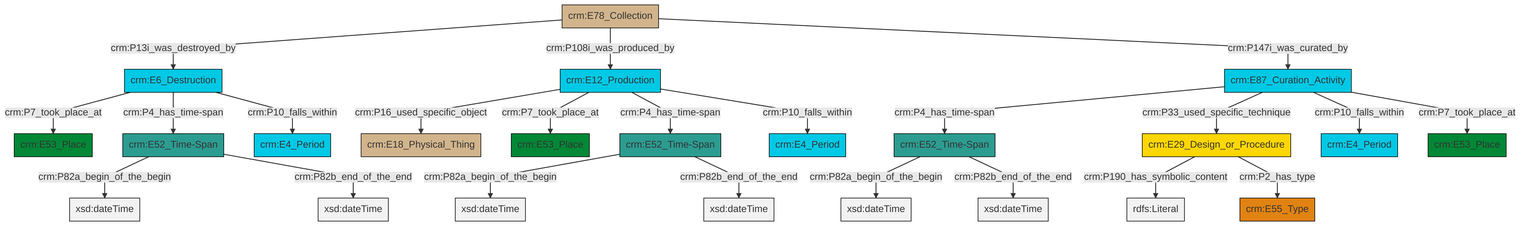
Before: et/archivalCSV/ttl/mmd/png/archival_existence.png, a diagram exported from Mermaid (swiss-art-research-net/docs.swissartresearch). Its source is kept beside it as et/archivalCSV/ttl/mmd/archival_existence.ttl.mmd.
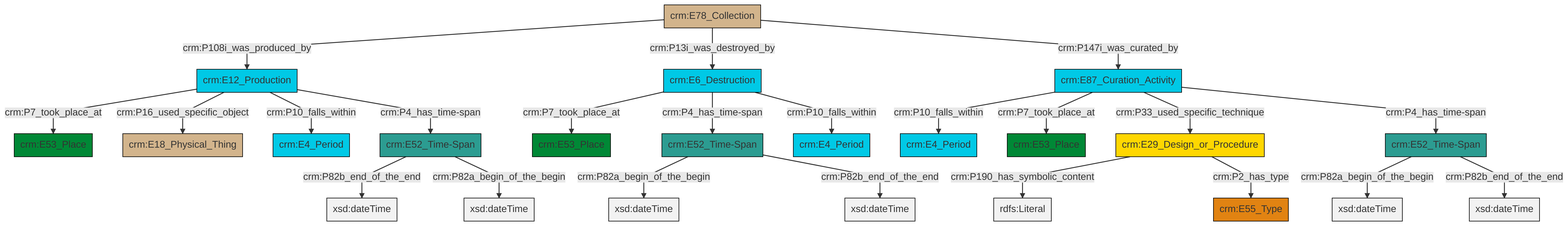
After the change.

Change to the diagram source:
```diff
@@ -13,25 +13,25 @@
 classDef PC_Classes fill:#4ce600, stroke:#000000;
 classDef Multi fill:#cccccc,stroke:#000000;
 
-0["crm:E6_Destruction"]:::Temporal_Entity -->|crm:P7_took_place_at| 2["crm:E53_Place"]:::Place
-3["crm:E52_Time-Span"]:::Time-Span -->|crm:P82a_begin_of_the_begin| 4[xsd:dateTime]:::Literal
-9["crm:E12_Production"]:::Temporal_Entity -->|crm:P16_used_specific_object| 11["crm:E18_Physical_Thing"]:::Physical_Thing
-7["crm:E78_Collection"]:::Physical_Thing -->|crm:P13i_was_destroyed_by| 0["crm:E6_Destruction"]:::Temporal_Entity
-3["crm:E52_Time-Span"]:::Time-Span -->|crm:P82b_end_of_the_end| 12[xsd:dateTime]:::Literal
-13["crm:E87_Curation_Activity"]:::Temporal_Entity -->|crm:P4_has_time-span| 14["crm:E52_Time-Span"]:::Time-Span
-18["crm:E29_Design_or_Procedure"]:::Conceptual_Object -->|crm:P190_has_symbolic_content| 19[rdfs:Literal]:::Literal
-0["crm:E6_Destruction"]:::Temporal_Entity -->|crm:P4_has_time-span| 20["crm:E52_Time-Span"]:::Time-Span
-18["crm:E29_Design_or_Procedure"]:::Conceptual_Object -->|crm:P2_has_type| 5["crm:E55_Type"]:::Type
-14["crm:E52_Time-Span"]:::Time-Span -->|crm:P82a_begin_of_the_begin| 22[xsd:dateTime]:::Literal
-14["crm:E52_Time-Span"]:::Time-Span -->|crm:P82b_end_of_the_end| 25[xsd:dateTime]:::Literal
-20["crm:E52_Time-Span"]:::Time-Span -->|crm:P82a_begin_of_the_begin| 30[xsd:dateTime]:::Literal
-7["crm:E78_Collection"]:::Physical_Thing -->|crm:P108i_was_produced_by| 9["crm:E12_Production"]:::Temporal_Entity
-9["crm:E12_Production"]:::Temporal_Entity -->|crm:P7_took_place_at| 26["crm:E53_Place"]:::Place
-20["crm:E52_Time-Span"]:::Time-Span -->|crm:P82b_end_of_the_end| 32[xsd:dateTime]:::Literal
-9["crm:E12_Production"]:::Temporal_Entity -->|crm:P4_has_time-span| 3["crm:E52_Time-Span"]:::Time-Span
-13["crm:E87_Curation_Activity"]:::Temporal_Entity -->|crm:P33_used_specific_technique| 18["crm:E29_Design_or_Procedure"]:::Conceptual_Object
-9["crm:E12_Production"]:::Temporal_Entity -->|crm:P10_falls_within| 16["crm:E4_Period"]:::Temporal_Entity
-13["crm:E87_Curation_Activity"]:::Temporal_Entity -->|crm:P10_falls_within| 28["crm:E4_Period"]:::Temporal_Entity
-0["crm:E6_Destruction"]:::Temporal_Entity -->|crm:P10_falls_within| 23["crm:E4_Period"]:::Temporal_Entity
-13["crm:E87_Curation_Activity"]:::Temporal_Entity -->|crm:P7_took_place_at| 37["crm:E53_Place"]:::Place
-7["crm:E78_Collection"]:::Physical_Thing -->|crm:P147i_was_curated_by| 13["crm:E87_Curation_Activity"]:::Temporal_Entity
+0["crm:E12_Production"]:::Temporal_Entity -->|crm:P7_took_place_at| 1["crm:E53_Place"]:::Place
+0["crm:E12_Production"]:::Temporal_Entity -->|crm:P16_used_specific_object| 4["crm:E18_Physical_Thing"]:::Physical_Thing
+9["crm:E87_Curation_Activity"]:::Temporal_Entity -->|crm:P10_falls_within| 7["crm:E4_Period"]:::Temporal_Entity
+10["crm:E52_Time-Span"]:::Time-Span -->|crm:P82a_begin_of_the_begin| 11[xsd:dateTime]:::Literal
+12["crm:E29_Design_or_Procedure"]:::Conceptual_Object -->|crm:P190_has_symbolic_content| 14[rdfs:Literal]:::Literal
+15["crm:E52_Time-Span"]:::Time-Span -->|crm:P82b_end_of_the_end| 16[xsd:dateTime]:::Literal
+0["crm:E12_Production"]:::Temporal_Entity -->|crm:P10_falls_within| 18["crm:E4_Period"]:::Temporal_Entity
+2["crm:E52_Time-Span"]:::Time-Span -->|crm:P82a_begin_of_the_begin| 19[xsd:dateTime]:::Literal
+12["crm:E29_Design_or_Procedure"]:::Conceptual_Object -->|crm:P2_has_type| 20["crm:E55_Type"]:::Type
+15["crm:E52_Time-Span"]:::Time-Span -->|crm:P82a_begin_of_the_begin| 21[xsd:dateTime]:::Literal
+26["crm:E6_Destruction"]:::Temporal_Entity -->|crm:P7_took_place_at| 27["crm:E53_Place"]:::Place
+10["crm:E52_Time-Span"]:::Time-Span -->|crm:P82b_end_of_the_end| 28[xsd:dateTime]:::Literal
+2["crm:E52_Time-Span"]:::Time-Span -->|crm:P82b_end_of_the_end| 29[xsd:dateTime]:::Literal
+31["crm:E78_Collection"]:::Physical_Thing -->|crm:P108i_was_produced_by| 0["crm:E12_Production"]:::Temporal_Entity
+26["crm:E6_Destruction"]:::Temporal_Entity -->|crm:P4_has_time-span| 10["crm:E52_Time-Span"]:::Time-Span
+31["crm:E78_Collection"]:::Physical_Thing -->|crm:P13i_was_destroyed_by| 26["crm:E6_Destruction"]:::Temporal_Entity
+26["crm:E6_Destruction"]:::Temporal_Entity -->|crm:P10_falls_within| 32["crm:E4_Period"]:::Temporal_Entity
+0["crm:E12_Production"]:::Temporal_Entity -->|crm:P4_has_time-span| 15["crm:E52_Time-Span"]:::Time-Span
+9["crm:E87_Curation_Activity"]:::Temporal_Entity -->|crm:P7_took_place_at| 5["crm:E53_Place"]:::Place
+31["crm:E78_Collection"]:::Physical_Thing -->|crm:P147i_was_curated_by| 9["crm:E87_Curation_Activity"]:::Temporal_Entity
+9["crm:E87_Curation_Activity"]:::Temporal_Entity -->|crm:P33_used_specific_technique| 12["crm:E29_Design_or_Procedure"]:::Conceptual_Object
+9["crm:E87_Curation_Activity"]:::Temporal_Entity -->|crm:P4_has_time-span| 2["crm:E52_Time-Span"]:::Time-Span
```
